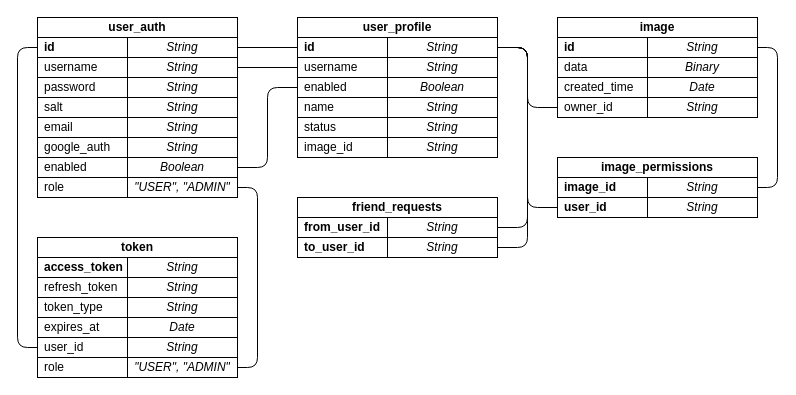
The draw.io diagram doc/db_schema.drawio in drsanches/photobooth, before the edit. Source tidied: cells renumbered, new cells numbered last; positions are measured from the earlier drawing's top-left corner, leaving out a move shared by most shapes. Both pictures are drawn from the tidied source at 100%, with x=0, y=0 at pixel (37, 17).
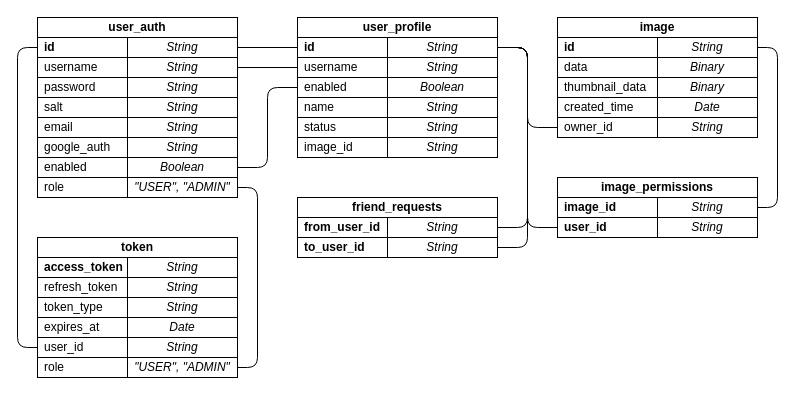
Above is the later version.

Unchanged cells that the change refers to:
```xml
<mxCell id="25" value="String" style="rounded=0;whiteSpace=wrap;html=1;spacingLeft=0;fontStyle=2;" parent="1" vertex="1">
  <mxGeometry x="350" y="20" width="110" height="20" as="geometry" />
</mxCell>
```

What changed in the source:
```diff
@@
     <mxCell id="22" style="edgeStyle=orthogonalEdgeStyle;rounded=1;jettySize=auto;html=1;exitX=1;exitY=0.5;exitDx=0;exitDy=0;entryX=0;entryY=0.5;entryDx=0;entryDy=0;endArrow=none;endFill=0;" parent="1" edge="1" source="25" target="56">
       <mxGeometry relative="1" as="geometry">
         <Array as="points">
           <mxPoint x="490" y="30" />
-          <mxPoint x="490" y="190" />
+          <mxPoint x="490" y="210" />
         </Array>
       </mxGeometry>
     </mxCell>
@@
     <mxCell id="43" style="edgeStyle=orthogonalEdgeStyle;rounded=1;jettySize=auto;html=1;exitX=1;exitY=0.5;exitDx=0;exitDy=0;entryX=1;entryY=0.5;entryDx=0;entryDy=0;endArrow=none;endFill=0;" parent="1" edge="1" source="45" target="54">
       <mxGeometry relative="1" as="geometry">
         <Array as="points">
           <mxPoint x="740" y="30" />
-          <mxPoint x="740" y="170" />
+          <mxPoint x="740" y="190" />
         </Array>
       </mxGeometry>
     </mxCell>
     <mxCell id="44" value="&lt;b&gt;id&lt;/b&gt;" style="rounded=0;whiteSpace=wrap;html=1;align=left;spacingLeft=5;" parent="1" vertex="1">
-      <mxGeometry x="520" y="20" width="90" height="20" as="geometry" />
+      <mxGeometry x="520" y="20" width="100" height="20" as="geometry" />
     </mxCell>
     <mxCell id="45" value="String" style="rounded=0;whiteSpace=wrap;html=1;spacingLeft=0;fontStyle=2;" parent="1" vertex="1">
-      <mxGeometry x="610" y="20" width="110" height="20" as="geometry" />
+      <mxGeometry x="620" y="20" width="100" height="20" as="geometry" />
     </mxCell>
     <mxCell id="46" value="data" style="rounded=0;whiteSpace=wrap;html=1;align=left;spacingLeft=5;" parent="1" vertex="1">
-      <mxGeometry x="520" y="40" width="90" height="20" as="geometry" />
+      <mxGeometry x="520" y="40" width="100" height="20" as="geometry" />
     </mxCell>
     <mxCell id="47" value="Binary" style="rounded=0;whiteSpace=wrap;html=1;spacingLeft=0;fontStyle=2;" parent="1" vertex="1">
-      <mxGeometry x="610" y="40" width="110" height="20" as="geometry" />
+      <mxGeometry x="620" y="40" width="100" height="20" as="geometry" />
     </mxCell>
     <mxCell id="48" value="created_time" style="rounded=0;whiteSpace=wrap;html=1;align=left;spacingLeft=5;" parent="1" vertex="1">
-      <mxGeometry x="520" y="60" width="90" height="20" as="geometry" />
+      <mxGeometry x="520" y="80" width="100" height="20" as="geometry" />
     </mxCell>
     <mxCell id="49" value="Date" style="rounded=0;whiteSpace=wrap;html=1;spacingLeft=0;fontStyle=2;" parent="1" vertex="1">
-      <mxGeometry x="610" y="60" width="110" height="20" as="geometry" />
+      <mxGeometry x="620" y="80" width="100" height="20" as="geometry" />
     </mxCell>
     <mxCell id="50" value="owner_id" style="rounded=0;whiteSpace=wrap;html=1;align=left;spacingLeft=5;" parent="1" vertex="1">
-      <mxGeometry x="520" y="80" width="90" height="20" as="geometry" />
+      <mxGeometry x="520" y="100" width="100" height="20" as="geometry" />
     </mxCell>
     <mxCell id="51" value="String" style="rounded=0;whiteSpace=wrap;html=1;spacingLeft=0;fontStyle=2;" parent="1" vertex="1">
-      <mxGeometry x="610" y="80" width="110" height="20" as="geometry" />
+      <mxGeometry x="620" y="100" width="100" height="20" as="geometry" />
     </mxCell>
@@
     <mxCell id="53" value="&lt;b&gt;image_id&lt;/b&gt;" style="rounded=0;whiteSpace=wrap;html=1;align=left;spacingLeft=5;" parent="1" vertex="1">
-      <mxGeometry x="520" y="160" width="90" height="20" as="geometry" />
+      <mxGeometry x="520" y="180" width="100" height="20" as="geometry" />
     </mxCell>
     <mxCell id="54" value="String" style="rounded=0;whiteSpace=wrap;html=1;spacingLeft=0;fontStyle=2;" parent="1" vertex="1">
-      <mxGeometry x="610" y="160" width="110" height="20" as="geometry" />
+      <mxGeometry x="620" y="180" width="100" height="20" as="geometry" />
     </mxCell>
     <mxCell id="55" value="image_permissions" style="rounded=0;whiteSpace=wrap;html=1;fontStyle=1;" parent="1" vertex="1">
-      <mxGeometry x="520" y="140" width="200" height="20" as="geometry" />
+      <mxGeometry x="520" y="160" width="200" height="20" as="geometry" />
     </mxCell>
     <mxCell id="56" value="&lt;b&gt;user_id&lt;/b&gt;" style="rounded=0;whiteSpace=wrap;html=1;align=left;spacingLeft=5;" parent="1" vertex="1">
-      <mxGeometry x="520" y="180" width="90" height="20" as="geometry" />
+      <mxGeometry x="520" y="200" width="100" height="20" as="geometry" />
     </mxCell>
     <mxCell id="57" value="String" style="rounded=0;whiteSpace=wrap;html=1;spacingLeft=0;fontStyle=2;" parent="1" vertex="1">
-      <mxGeometry x="610" y="180" width="110" height="20" as="geometry" />
+      <mxGeometry x="620" y="200" width="100" height="20" as="geometry" />
     </mxCell>
@@
     <mxCell id="73" style="edgeStyle=orthogonalEdgeStyle;rounded=1;jettySize=auto;html=1;exitX=1;exitY=0.5;exitDx=0;exitDy=0;entryX=0;entryY=0.5;entryDx=0;entryDy=0;endArrow=none;endFill=0;" parent="1" edge="1" source="25" target="50">
       <mxGeometry relative="1" as="geometry">
         <Array as="points">
           <mxPoint x="490" y="30" />
-          <mxPoint x="490" y="90" />
+          <mxPoint x="490" y="110" />
         </Array>
       </mxGeometry>
     </mxCell>
+    <mxCell id="74" value="thumbnail_data" style="rounded=0;whiteSpace=wrap;html=1;align=left;spacingLeft=5;" parent="1" vertex="1">
+      <mxGeometry x="520" y="60" width="100" height="20" as="geometry" />
+    </mxCell>
+    <mxCell id="75" value="Binary" style="rounded=0;whiteSpace=wrap;html=1;spacingLeft=0;fontStyle=2;" parent="1" vertex="1">
+      <mxGeometry x="620" y="60" width="100" height="20" as="geometry" />
+    </mxCell>
```
